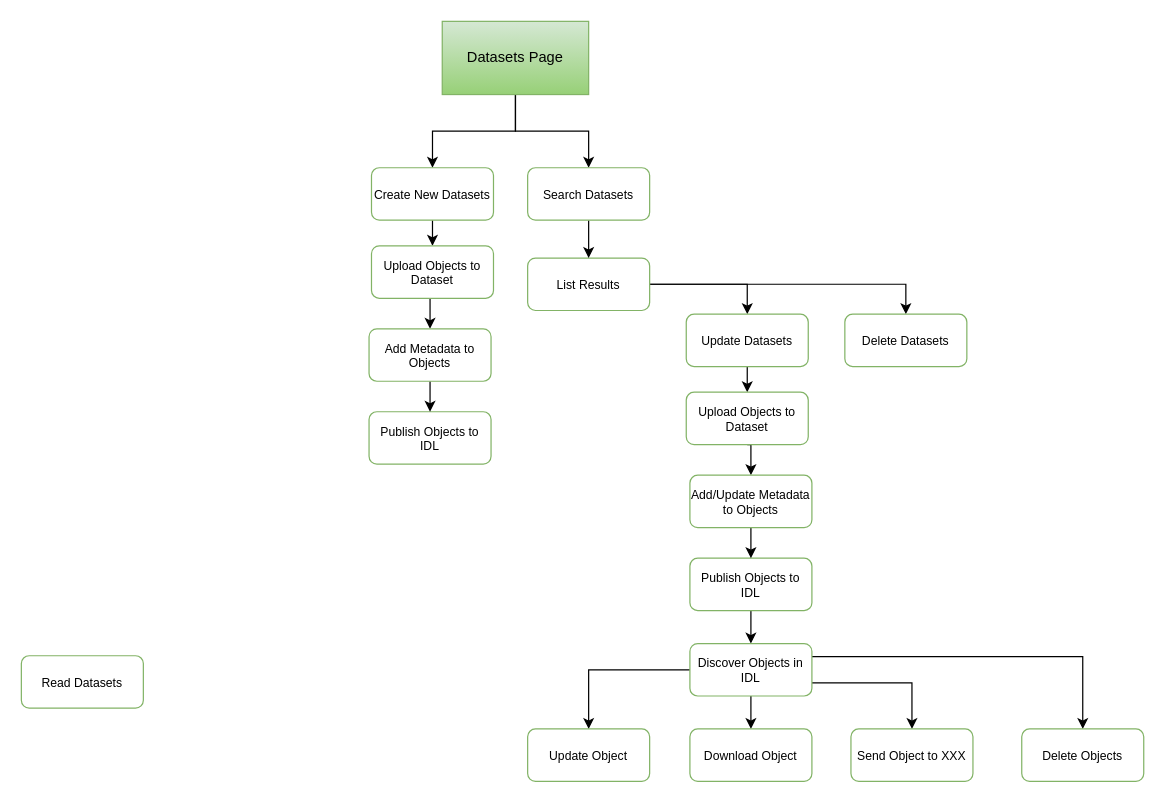
flare891/rmslow keeps this draw.io diagram as page "Page/user flow" (1 of 5) of Drawings/Eva/Dataset/Dataset.drawio. Above is the earlier version. Source tidied: cells renumbered, new cells numbered last; positions are measured from the earlier drawing's top-left corner, leaving out a move shared by most shapes. Both pictures are drawn from the tidied source at 122%, with x=0, y=0 at pixel (21, 21).
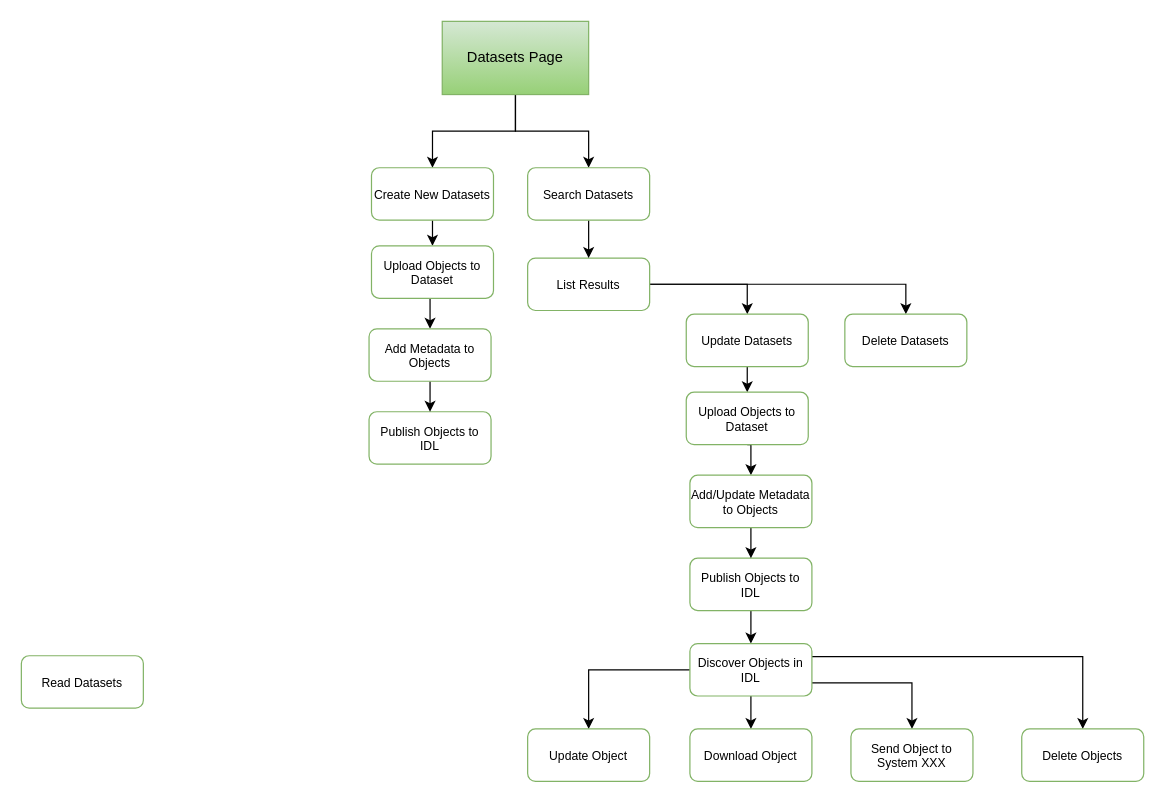
The same page after the edit.

What changed in the source:
```diff
@@
-    <mxCell id="33" value="Send Object to XXX" style="rounded=1;whiteSpace=wrap;html=1;strokeColor=#82b366;fontSize=10;fillColor=#FFFFFF;" parent="1" vertex="1">
+    <mxCell id="33" value="Send Object to System XXX" style="rounded=1;whiteSpace=wrap;html=1;strokeColor=#82b366;fontSize=10;fillColor=#FFFFFF;" parent="1" vertex="1">
       <mxGeometry x="680" y="580" width="100" height="43" as="geometry" />
     </mxCell>
```
